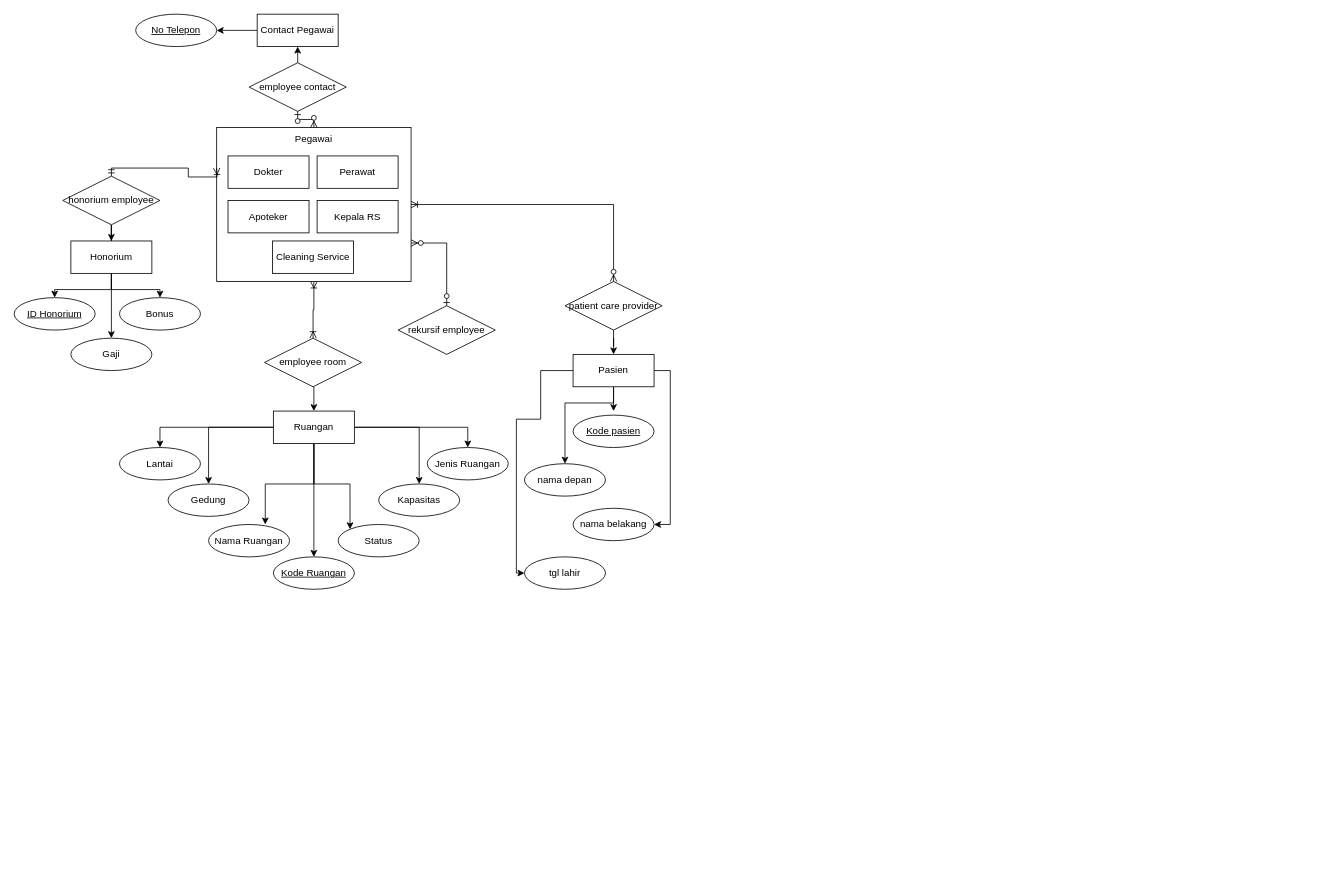
The draw.io diagram Diagram Tanpa Judul.drawio in lsawfa/ERD-BasisData, before the edit. Source tidied: cells renumbered, new cells numbered last; positions are measured from the earlier drawing's top-left corner, leaving out a move shared by most shapes. Both pictures are drawn from the tidied source at 81%, with x=0, y=0 at pixel (14, 14).
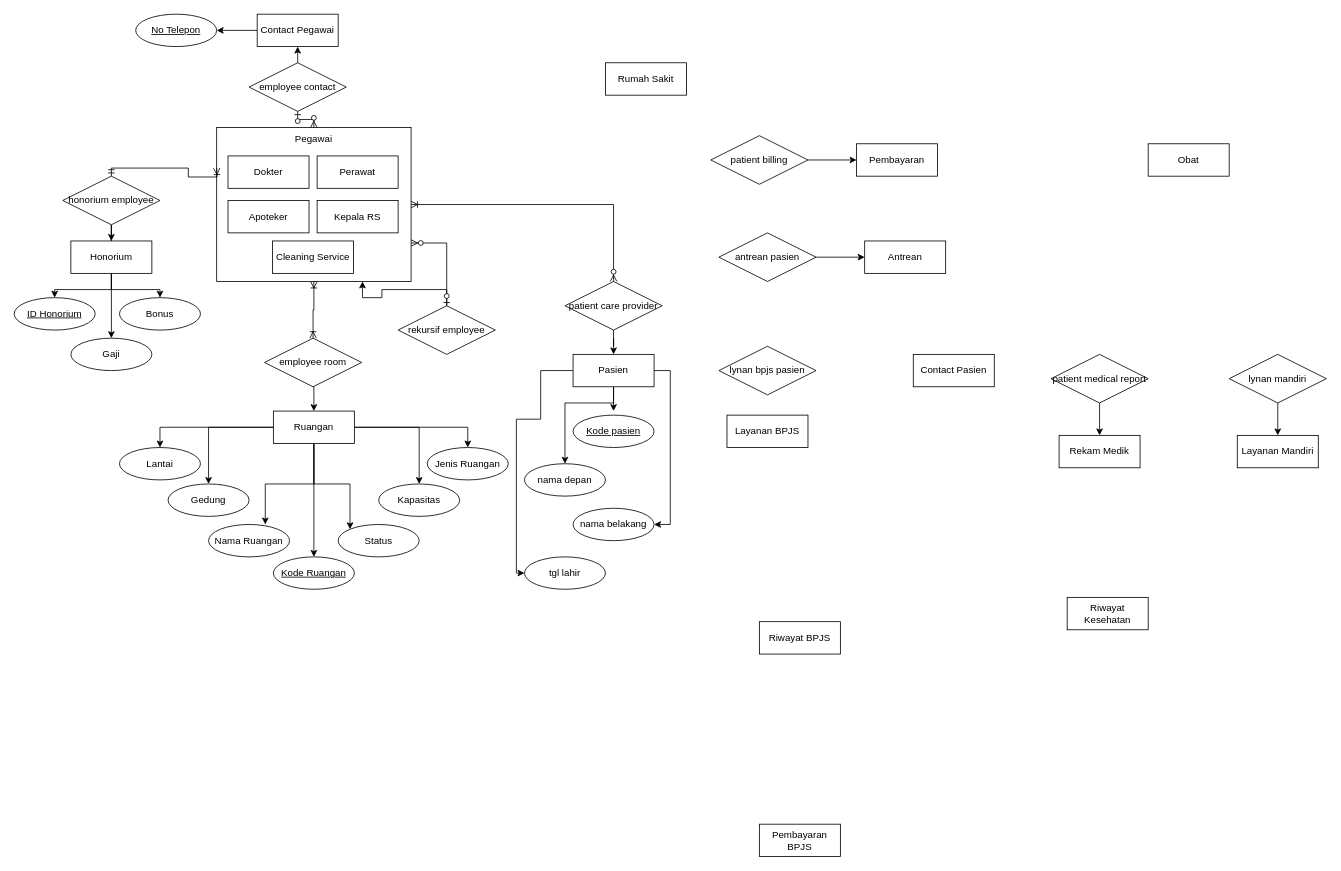
Above is the later version.

Unchanged cells that the change refers to:
```xml
<mxCell id="2" value="Pegawai" style="whiteSpace=wrap;html=1;align=center;verticalAlign=top;" parent="1" vertex="1">
  <mxGeometry x="250" y="140" width="240" height="190" as="geometry" />
</mxCell>
<mxCell id="50" value="rekursif employee" style="shape=rhombus;perimeter=rhombusPerimeter;whiteSpace=wrap;html=1;align=center;" parent="1" vertex="1">
  <mxGeometry x="474" y="360" width="120" height="60" as="geometry" />
</mxCell>
```

Diff of the diagram source:
```diff
@@
+    <mxCell id="56" style="edgeStyle=orthogonalEdgeStyle;rounded=0;jettySize=auto;html=1;entryX=0.75;entryY=1;entryDx=0;entryDy=0;" parent="1" edge="1" source="50" target="2">
+      <mxGeometry relative="1" as="geometry" />
+    </mxCell>
@@
+    <mxCell id="57" value="Layanan BPJS" style="whiteSpace=wrap;html=1;align=center;" parent="1" vertex="1">
+      <mxGeometry x="880" y="495" width="100" height="40" as="geometry" />
+    </mxCell>
+    <mxCell id="58" value="Contact Pasien" style="whiteSpace=wrap;html=1;align=center;" parent="1" vertex="1">
+      <mxGeometry x="1110" y="420" width="100" height="40" as="geometry" />
+    </mxCell>
+    <mxCell id="59" value="Rekam Medik" style="whiteSpace=wrap;html=1;align=center;" parent="1" vertex="1">
+      <mxGeometry x="1290" y="520" width="100" height="40" as="geometry" />
+    </mxCell>
+    <mxCell id="60" value="Layanan Mandiri" style="whiteSpace=wrap;html=1;align=center;" parent="1" vertex="1">
+      <mxGeometry x="1510" y="520" width="100" height="40" as="geometry" />
+    </mxCell>
+    <mxCell id="61" value="Riwayat Kesehatan" style="whiteSpace=wrap;html=1;align=center;" parent="1" vertex="1">
+      <mxGeometry x="1300" y="720" width="100" height="40" as="geometry" />
+    </mxCell>
+    <mxCell id="62" value="Riwayat BPJS" style="whiteSpace=wrap;html=1;align=center;" parent="1" vertex="1">
+      <mxGeometry x="920" y="750" width="100" height="40" as="geometry" />
+    </mxCell>
+    <mxCell id="63" value="Antrean" style="whiteSpace=wrap;html=1;align=center;" parent="1" vertex="1">
+      <mxGeometry x="1050" y="280" width="100" height="40" as="geometry" />
+    </mxCell>
+    <mxCell id="64" value="Pembayaran BPJS" style="whiteSpace=wrap;html=1;align=center;" parent="1" vertex="1">
+      <mxGeometry x="920" y="1000" width="100" height="40" as="geometry" />
+    </mxCell>
+    <mxCell id="65" value="Rumah Sakit" style="whiteSpace=wrap;html=1;align=center;" parent="1" vertex="1">
+      <mxGeometry x="730" y="60" width="100" height="40" as="geometry" />
+    </mxCell>
+    <mxCell id="66" value="Pembayaran" style="whiteSpace=wrap;html=1;align=center;" parent="1" vertex="1">
+      <mxGeometry x="1040" y="160" width="100" height="40" as="geometry" />
+    </mxCell>
+    <mxCell id="67" value="Obat" style="whiteSpace=wrap;html=1;align=center;" parent="1" vertex="1">
+      <mxGeometry x="1400" y="160" width="100" height="40" as="geometry" />
+    </mxCell>
+    <mxCell id="68" style="edgeStyle=none;rounded=0;jettySize=auto;html=1;entryX=0;entryY=0.5;entryDx=0;entryDy=0;" parent="1" edge="1" source="69" target="63">
+      <mxGeometry relative="1" as="geometry" />
+    </mxCell>
+    <mxCell id="69" value="antrean pasien" style="shape=rhombus;perimeter=rhombusPerimeter;whiteSpace=wrap;html=1;align=center;" parent="1" vertex="1">
+      <mxGeometry x="870" y="270" width="120" height="60" as="geometry" />
+    </mxCell>
+    <mxCell id="70" value="lynan bpjs pasien" style="shape=rhombus;perimeter=rhombusPerimeter;whiteSpace=wrap;html=1;align=center;" parent="1" vertex="1">
+      <mxGeometry x="870" y="410" width="120" height="60" as="geometry" />
+    </mxCell>
+    <mxCell id="71" style="edgeStyle=none;rounded=0;jettySize=auto;html=1;entryX=0.5;entryY=0;entryDx=0;entryDy=0;" parent="1" edge="1" source="72" target="60">
+      <mxGeometry relative="1" as="geometry" />
+    </mxCell>
+    <mxCell id="72" value="lynan mandiri" style="shape=rhombus;perimeter=rhombusPerimeter;whiteSpace=wrap;html=1;align=center;" parent="1" vertex="1">
+      <mxGeometry x="1500" y="420" width="120" height="60" as="geometry" />
+    </mxCell>
+    <mxCell id="73" style="edgeStyle=none;rounded=0;jettySize=auto;html=1;entryX=0;entryY=0.5;entryDx=0;entryDy=0;" parent="1" edge="1" source="74" target="66">
+      <mxGeometry relative="1" as="geometry" />
+    </mxCell>
+    <mxCell id="74" value="patient billing" style="shape=rhombus;perimeter=rhombusPerimeter;whiteSpace=wrap;html=1;align=center;" parent="1" vertex="1">
+      <mxGeometry x="860" y="150" width="120" height="60" as="geometry" />
+    </mxCell>
+    <mxCell id="75" style="edgeStyle=none;rounded=0;jettySize=auto;html=1;entryX=0.5;entryY=0;entryDx=0;entryDy=0;" parent="1" edge="1" source="76" target="59">
+      <mxGeometry relative="1" as="geometry" />
+    </mxCell>
+    <mxCell id="76" value="patient medical report" style="shape=rhombus;perimeter=rhombusPerimeter;whiteSpace=wrap;html=1;align=center;" parent="1" vertex="1">
+      <mxGeometry x="1280" y="420" width="120" height="60" as="geometry" />
+    </mxCell>
```
